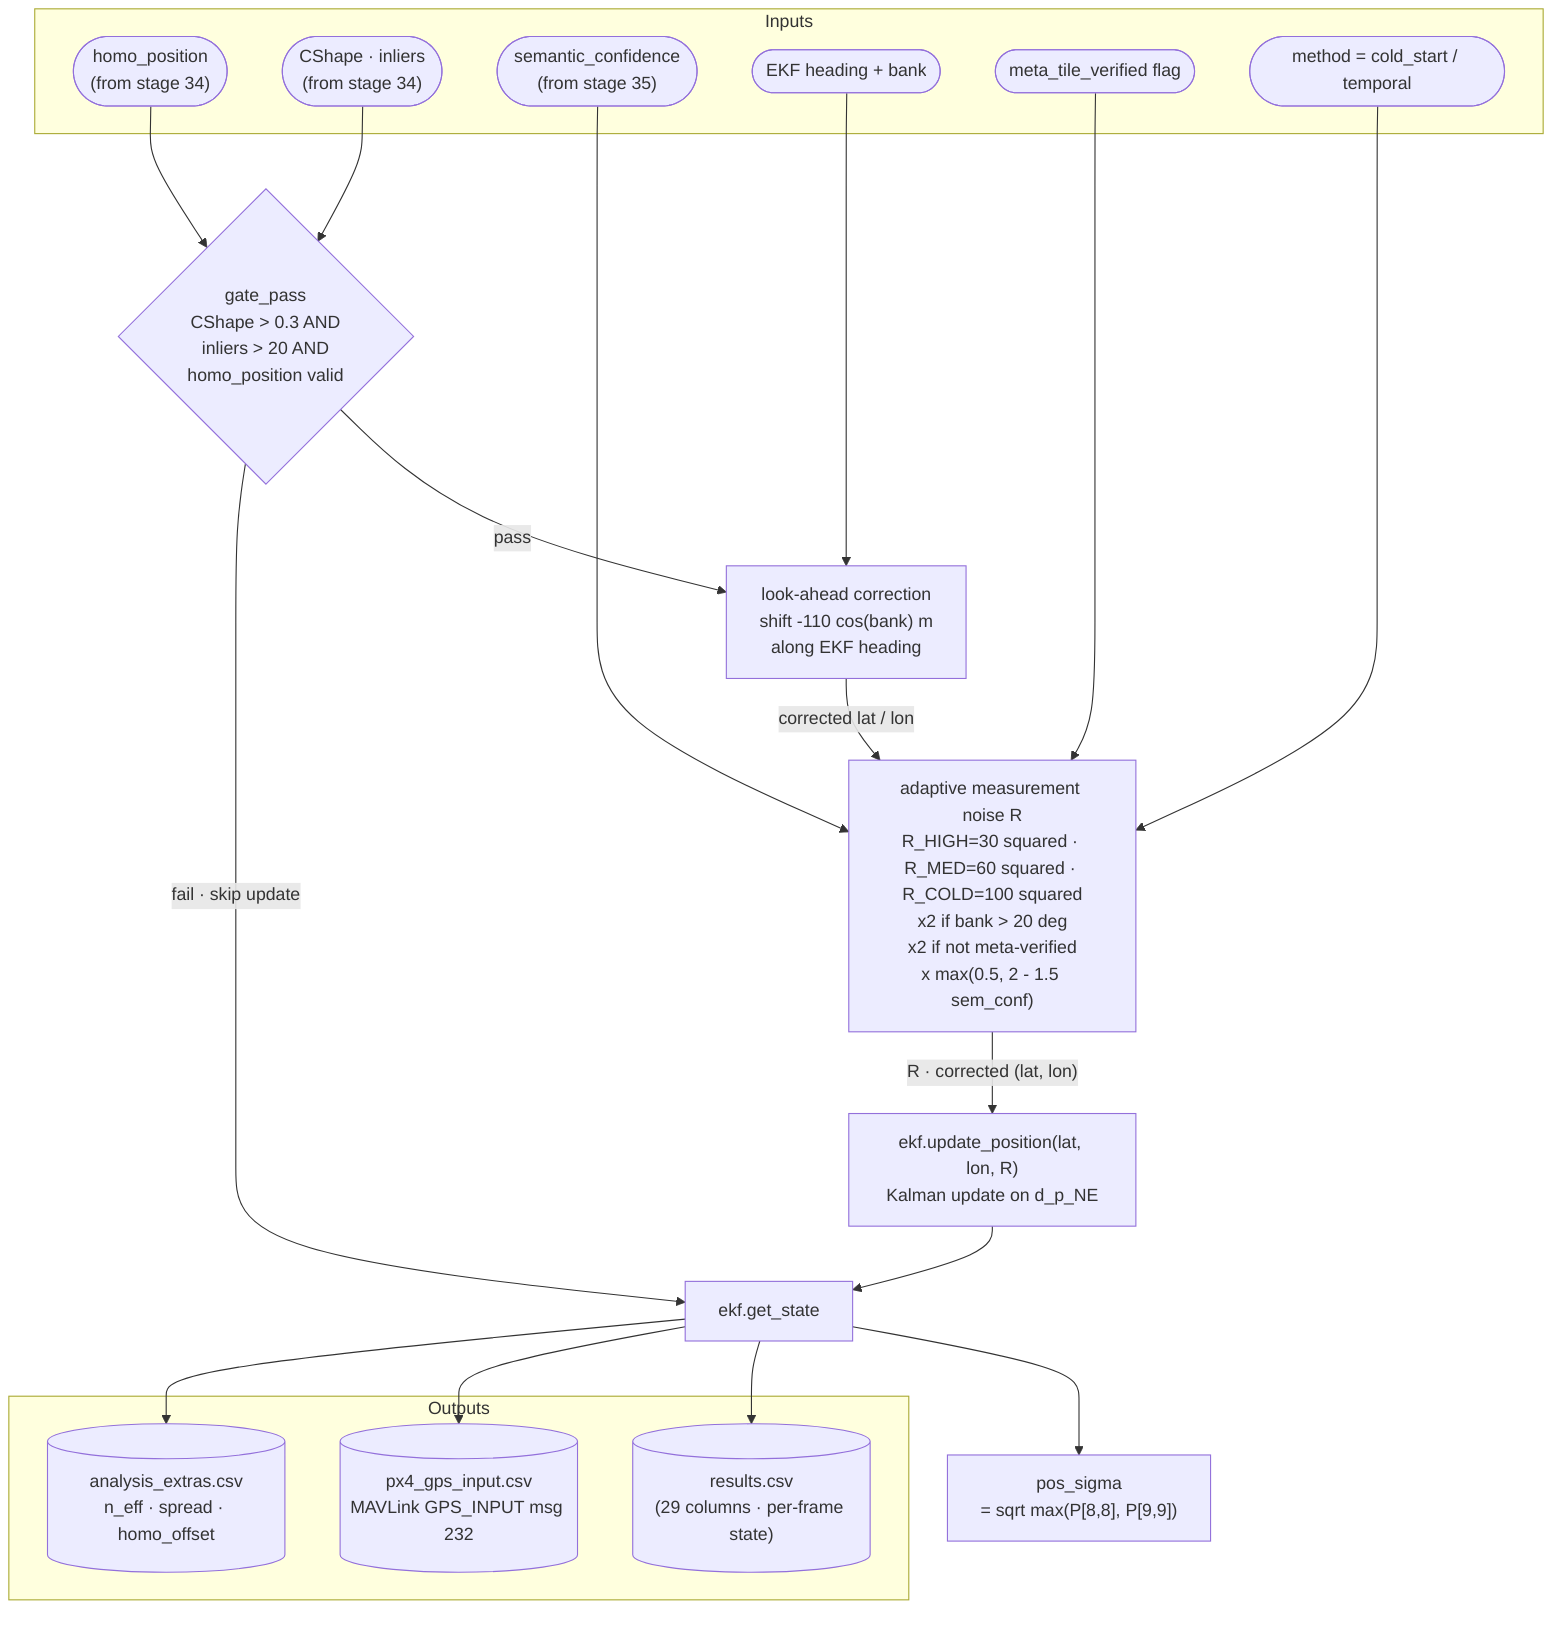
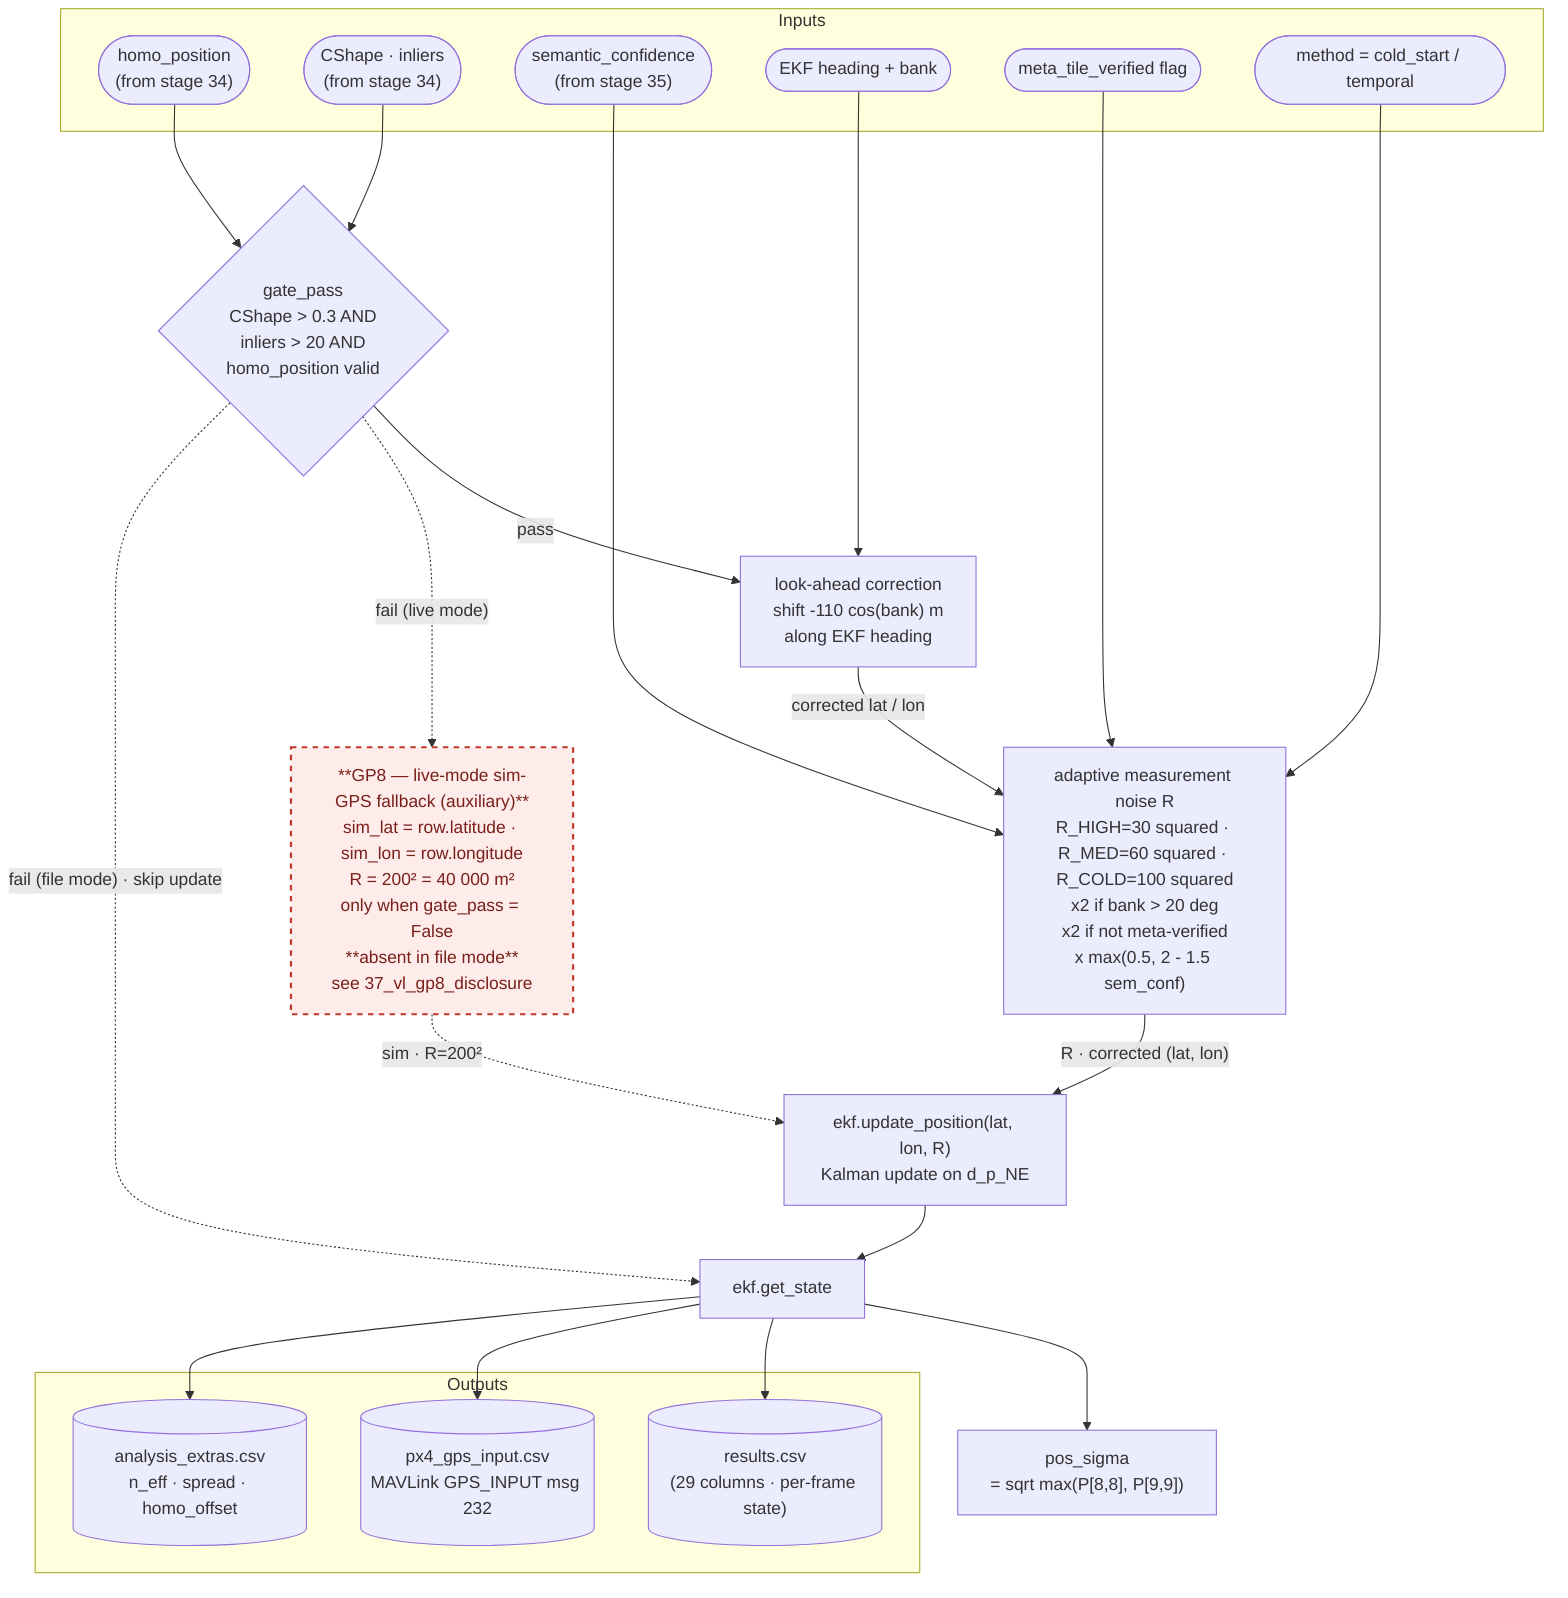
%% Level 3 — Quality gate, look-ahead correction, adaptive R, EKF fusion, output.
%% Files: runtime/run_pipeline.py (_process_one_frame) · src/ekf_ins.py (update_position).
flowchart TD

    %% ── Inputs ─────────────────────────────────────────────────
    subgraph IN["Inputs"]
        HOMO_IN(["homo_position<br/>(from stage 34)"])
        QUAL_IN(["CShape · inliers<br/>(from stage 34)"])
        SEMC_IN(["semantic_confidence<br/>(from stage 35)"])
        EKF_IN(["EKF heading + bank"])
        META_V_IN(["meta_tile_verified flag"])
        METHOD_IN(["method = cold_start / temporal"])
    end

    %% ── Process ────────────────────────────────────────────────
    GATE{"gate_pass<br/>CShape > 0.3 AND<br/>inliers > 20 AND<br/>homo_position valid"}

    LA["look-ahead correction<br/>shift -110 cos(bank) m<br/>along EKF heading"]

    AR["adaptive measurement noise R<br/>R_HIGH=30 squared · R_MED=60 squared · R_COLD=100 squared<br/>x2 if bank > 20 deg<br/>x2 if not meta-verified<br/>x max(0.5, 2 - 1.5 sem_conf)"]

    EKF_UPD["ekf.update_position(lat, lon, R)<br/>Kalman update on d_p_NE"]
+ 
+     GP8_AUX["**GP8 — live-mode sim-GPS fallback (auxiliary)**<br/>sim_lat = row.latitude · sim_lon = row.longitude<br/>R = 200² = 40 000 m²<br/>only when gate_pass = False<br/>**absent in file mode**<br/>see 37_vl_gp8_disclosure"]

    GET["ekf.get_state"]
    SIGMA["pos_sigma<br/>= sqrt max(P[8,8], P[9,9])"]

    %% ── Outputs ────────────────────────────────────────────────
    subgraph OUT_GRP["Outputs"]
        CSV_OUT[("results.csv<br/>(29 columns · per-frame state)")]
        PX4_OUT[("px4_gps_input.csv<br/>MAVLink GPS_INPUT msg 232")]
        EXTRA_OUT[("analysis_extras.csv<br/>n_eff · spread · homo_offset")]
    end

    %% ── Flow ───────────────────────────────────────────────────
    HOMO_IN --> GATE
    QUAL_IN --> GATE

    GATE -->|"pass"| LA
    EKF_IN --> LA
    LA -->|"corrected lat / lon"| AR
    SEMC_IN --> AR
    META_V_IN --> AR
    METHOD_IN --> AR

    AR -->|"R · corrected (lat, lon)"| EKF_UPD
    EKF_UPD --> GET
-     GATE -->|"fail · skip update"| GET
+     GATE -. "fail (live mode)" .-> GP8_AUX
+     GP8_AUX -. "sim · R=200²" .-> EKF_UPD
+     GATE -.->|"fail (file mode) · skip update"| GET
    GET --> SIGMA
+ 
+     classDef gp8 fill:#fdecea,stroke:#c0392b,stroke-width:2px,stroke-dasharray:5 5,color:#7a1f1a;
+     class GP8_AUX gp8

    GET --> CSV_OUT
    GET --> PX4_OUT
    GET --> EXTRA_OUT
